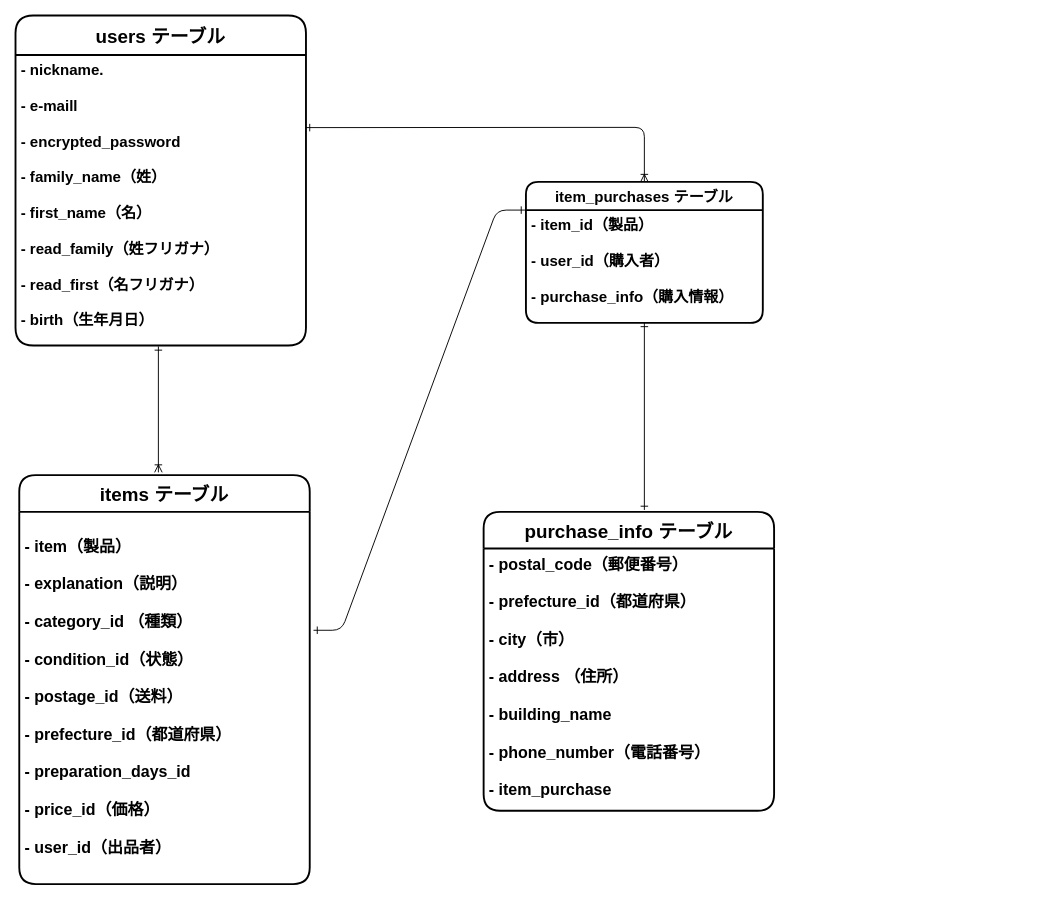
Above: furima.dio in kinyasunori/furima-37882 (draw.io), before the change. Source tidied: cells renumbered, new cells numbered last; positions are measured from the earlier drawing's top-left corner, leaving out a move shared by most shapes. Both pictures are drawn from the tidied source at 94%, with x=0, y=0 at pixel (15, 15).
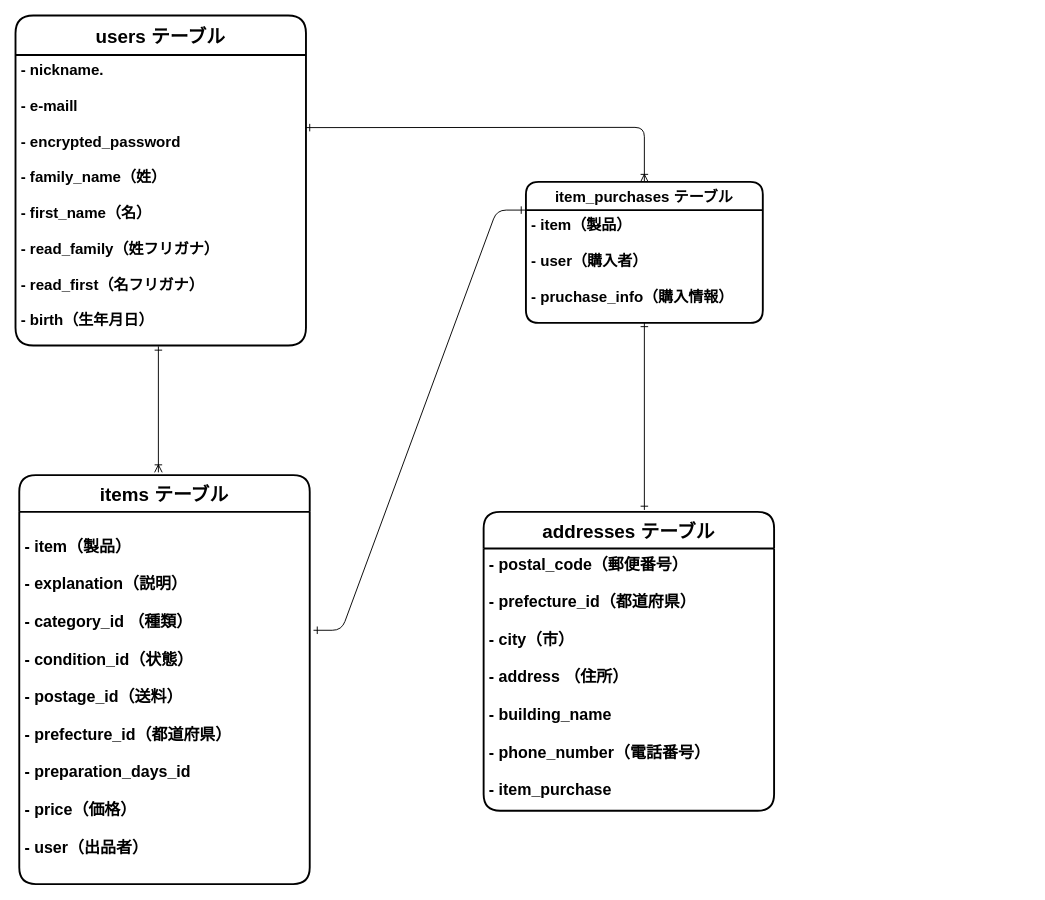
The same diagram, later.

Commit message (it also covers changes not shown here):
再修正しました。

The change refers to these unchanged cells:
```xml
<mxCell id="5" value="items テーブル" style="swimlane;horizontal=1;startSize=39;rounded=1;fontSize=20;fontStyle=1;strokeWidth=2;shadow=0;dashed=0;align=center;" parent="1" vertex="1">
  <mxGeometry x="4" y="489" width="309" height="435" as="geometry" />
</mxCell>
<mxCell id="8" value="item_purchases テーブル" style="swimlane;horizontal=1;startSize=30;rounded=1;fontSize=16;fontStyle=1;strokeWidth=2;shadow=0;dashed=0;align=center;swimlaneFillColor=none;strokeColor=default;" parent="1" vertex="1">
  <mxGeometry x="543" y="177" width="252" height="150" as="geometry" />
</mxCell>
```

The edit, as a diff of the source:
```diff
@@
-    <mxCell id="7" value="                                                                             &#10;- item（製品）&#10;&#10;- explanation（説明）                                                                   &#10;&#10;- category_id （種類）                                                                         &#10;&#10;- condition_id（状態）  &#10;&#10;- postage_id（送料）                                                              &#10;&#10;- prefecture_id（都道府県）                                                               &#10;&#10;- preparation_days_id                                                               &#10;&#10;- price_id（価格）                                        &#10;&#10;- user_id（出品者）                                      &#10;                                                     &#10;                                          &#10;                                                          &#10;                                    &#10;                                                          &#10;                                     &#10;                                                        &#10;                  &#10;&#10;" style="align=left;strokeColor=none;fillColor=none;spacingLeft=4;fontSize=17;verticalAlign=top;fontStyle=1;" parent="5" vertex="1">
+    <mxCell id="7" value="                                                                             &#10;- item（製品）&#10;&#10;- explanation（説明）                                                                   &#10;&#10;- category_id （種類）                                                                         &#10;&#10;- condition_id（状態）  &#10;&#10;- postage_id（送料）                                                              &#10;&#10;- prefecture_id（都道府県）                                                               &#10;&#10;- preparation_days_id                                                               &#10;&#10;- price（価格）                                        &#10;&#10;- user（出品者）                                      &#10;                                                     &#10;                                          &#10;                                                          &#10;                                    &#10;                                                          &#10;                                     &#10;                                                        &#10;                  &#10;&#10;" style="align=left;strokeColor=none;fillColor=none;spacingLeft=4;fontSize=17;verticalAlign=top;fontStyle=1;" parent="5" vertex="1">
       <mxGeometry y="39" width="309" height="396" as="geometry" />
     </mxCell>
@@
-    <mxCell id="9" value="- item_id（製品）&#10;&#10;- user_id（購入者）&#10;&#10;- purchase_info（購入情報）" style="align=left;strokeColor=none;fillColor=none;spacingLeft=4;fontSize=16;verticalAlign=top;fontStyle=1;" parent="8" vertex="1">
+    <mxCell id="9" value="- item（製品）&#10;&#10;- user（購入者）&#10;&#10;- pruchase_info（購入情報）" style="align=left;strokeColor=none;fillColor=none;spacingLeft=4;fontSize=16;verticalAlign=top;fontStyle=1;" parent="8" vertex="1">
       <mxGeometry y="30" width="252" height="120" as="geometry" />
     </mxCell>
@@
-    <mxCell id="12" value="purchase_info テーブル" style="swimlane;horizontal=1;startSize=39;rounded=1;fontSize=20;fontStyle=1;strokeWidth=2;shadow=0;dashed=0;align=center;" parent="1" vertex="1">
+    <mxCell id="12" value="addresses テーブル" style="swimlane;horizontal=1;startSize=39;rounded=1;fontSize=20;fontStyle=1;strokeWidth=2;shadow=0;dashed=0;align=center;" parent="1" vertex="1">
       <mxGeometry x="498" y="528" width="309" height="318" as="geometry" />
     </mxCell>
```
